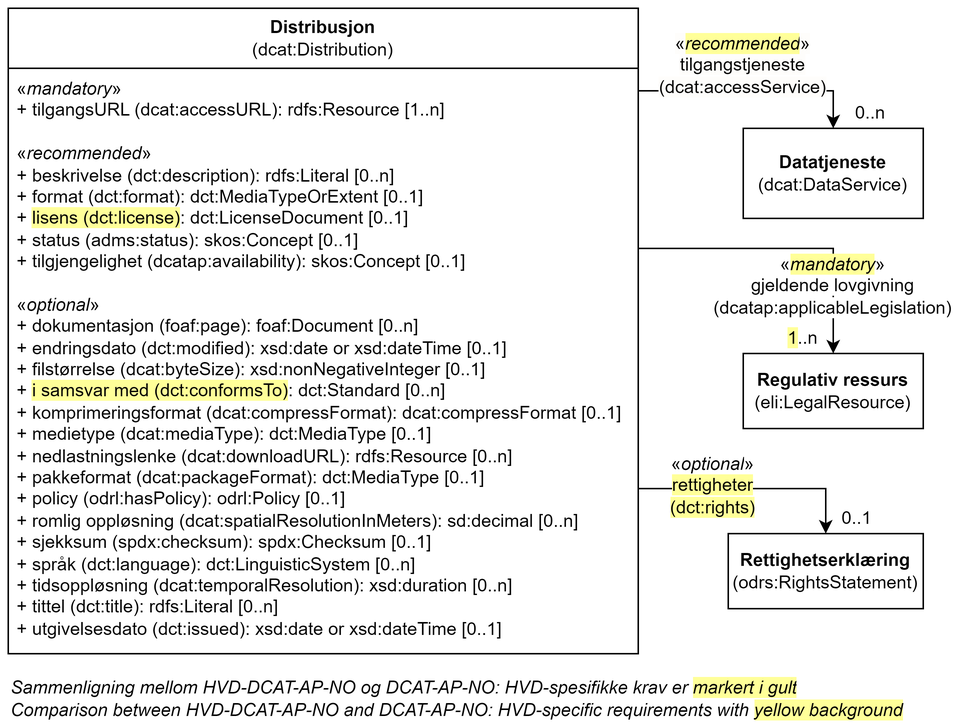
The draw.io diagram docs/images/Klassen-Distribusjon.png in Informasjonsforvaltning/hvd-dcat-ap-no, before a commit. Source tidied: cells renumbered, new cells last; positions are measured from the earlier drawing's top-left corner, leaving out a move shared by most shapes.
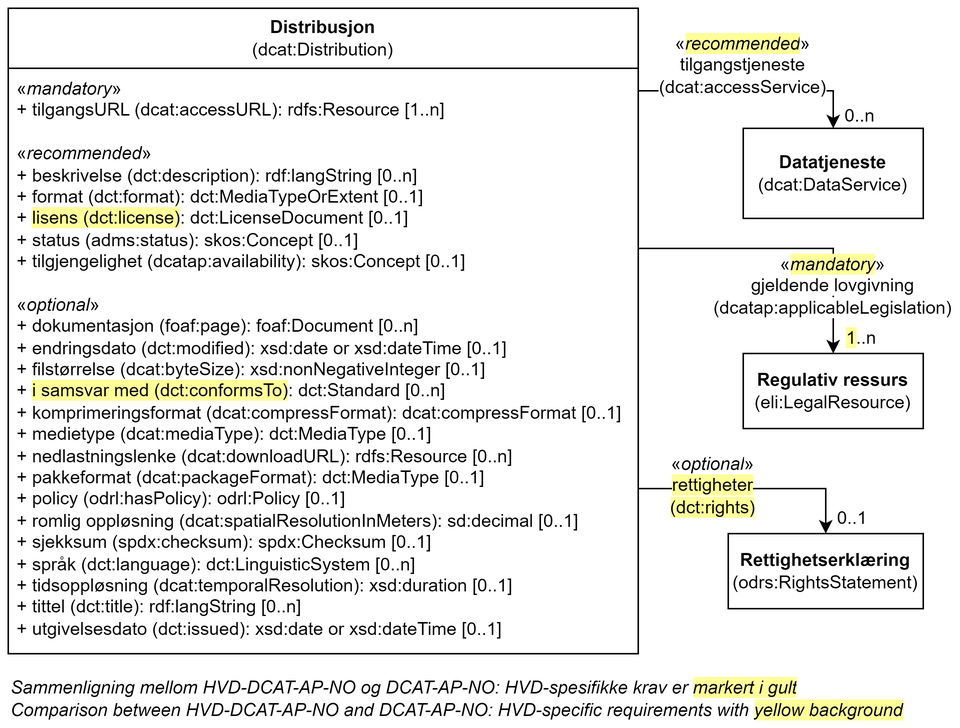
Above is the later version.

Diff of the diagram source:
```diff
@@ -5,7 +5,7 @@
     <mxCell id="2" value="Distribusjon&lt;br&gt;&lt;span style=&quot;font-weight: normal;&quot;&gt;(dcat:Distribution)&lt;/span&gt;" style="swimlane;whiteSpace=wrap;html=1;startSize=40;" parent="1" vertex="1">
       <mxGeometry width="420" height="430" as="geometry" />
     </mxCell>
-    <mxCell id="3" value="«&lt;i&gt;mandatory&lt;/i&gt;»&lt;br&gt;+ tilgangsURL (dcat:accessURL): rdfs:Resource [1..n]&lt;br&gt;&lt;br&gt;«&lt;i&gt;recommended&lt;/i&gt;»&lt;br&gt;+ beskrivelse (dct:description): rdfs:Literal [0..n]&lt;br&gt;+ format (dct:format): dct:MediaTypeOrExtent [0..1]&lt;br&gt;+ &lt;span style=&quot;background-color: rgb(255, 255, 153);&quot;&gt;lisens (dct:license)&lt;/span&gt;: dct:LicenseDocument [0..1]&lt;br&gt;+ status (adms:status): skos:Concept [0..1]&lt;br&gt;+ tilgjengelighet (dcatap:availability): skos:Concept [0..1]&lt;br&gt;&lt;br&gt;«&lt;i&gt;optional&lt;/i&gt;»&lt;br&gt;+ dokumentasjon (foaf:page): foaf:Document [0..n]&lt;br&gt;+ endringsdato (dct:modified): xsd:date or xsd:dateTime [0..1]&lt;br&gt;+ filstørrelse (dcat:byteSize): xsd:nonNegativeInteger [0..1]&lt;br&gt;+ &lt;span style=&quot;background-color: rgb(255, 255, 153);&quot;&gt;i samsvar med (dct:conformsTo)&lt;/span&gt;: dct:Standard [0..n]&lt;br&gt;+ komprimeringsformat (dcat:compressFormat): dcat:compressFormat [0..1]&lt;br&gt;+ medietype (dcat:mediaType): dct:MediaType [0..1]&lt;br&gt;+ nedlastningslenke (dcat:downloadURL): rdfs:Resource [0..n]&lt;br&gt;+ pakkeformat (dcat:packageFormat): dct:MediaType [0..1]&lt;br&gt;+ policy (odrl:hasPolicy): odrl:Policy [0..1]&lt;br&gt;+ romlig oppløsning (dcat:spatialResolutionInMeters): sd:decimal [0..n]&lt;br&gt;+ sjekksum (spdx:checksum): spdx:Checksum [0..1]&lt;br&gt;+ språk (dct:language): dct:LinguisticSystem [0..n]&lt;br&gt;+ tidsoppløsning (dcat:temporalResolution): xsd:duration [0..n]&lt;br&gt;+ tittel (dct:title): rdfs:Literal [0..n]&lt;br&gt;+ utgivelsesdato (dct:issued): xsd:date or xsd:dateTime [0..1]" style="text;strokeColor=none;fillColor=none;align=left;verticalAlign=top;spacingLeft=4;spacingRight=4;overflow=hidden;whiteSpace=wrap;html=1;" parent="2" vertex="1">
+    <mxCell id="3" value="«&lt;i&gt;mandatory&lt;/i&gt;»&lt;br&gt;+ tilgangsURL (dcat:accessURL): rdfs:Resource [1..n]&lt;br&gt;&lt;br&gt;«&lt;i&gt;recommended&lt;/i&gt;»&lt;br&gt;+ beskrivelse (dct:description): rdf:langString [0..n]&lt;br&gt;+ format (dct:format): dct:MediaTypeOrExtent [0..1]&lt;br&gt;+ &lt;span style=&quot;background-color: rgb(255, 255, 153);&quot;&gt;lisens (dct:license)&lt;/span&gt;: dct:LicenseDocument [0..1]&lt;br&gt;+ status (adms:status): skos:Concept [0..1]&lt;br&gt;+ tilgjengelighet (dcatap:availability): skos:Concept [0..1]&lt;br&gt;&lt;br&gt;«&lt;i&gt;optional&lt;/i&gt;»&lt;br&gt;+ dokumentasjon (foaf:page): foaf:Document [0..n]&lt;br&gt;+ endringsdato (dct:modified): xsd:date or xsd:dateTime [0..1]&lt;br&gt;+ filstørrelse (dcat:byteSize): xsd:nonNegativeInteger [0..1]&lt;br&gt;+ &lt;span style=&quot;background-color: rgb(255, 255, 153);&quot;&gt;i samsvar med (dct:conformsTo)&lt;/span&gt;: dct:Standard [0..n]&lt;br&gt;+ komprimeringsformat (dcat:compressFormat): dcat:compressFormat [0..1]&lt;br&gt;+ medietype (dcat:mediaType): dct:MediaType [0..1]&lt;br&gt;+ nedlastningslenke (dcat:downloadURL): rdfs:Resource [0..n]&lt;br&gt;+ pakkeformat (dcat:packageFormat): dct:MediaType [0..1]&lt;br&gt;+ policy (odrl:hasPolicy): odrl:Policy [0..1]&lt;br&gt;+ romlig oppløsning (dcat:spatialResolutionInMeters): sd:decimal [0..1]&lt;br&gt;+ sjekksum (spdx:checksum): spdx:Checksum [0..1]&lt;br&gt;+ språk (dct:language): dct:LinguisticSystem [0..n]&lt;br&gt;+ tidsoppløsning (dcat:temporalResolution): xsd:duration [0..1]&lt;br&gt;+ tittel (dct:title):&amp;nbsp;rdf:langString&amp;nbsp;[0..n]&lt;br&gt;+ utgivelsesdato (dct:issued): xsd:date or xsd:dateTime [0..1]" style="text;strokeColor=none;fillColor=none;align=left;verticalAlign=top;spacingLeft=4;spacingRight=4;overflow=hidden;whiteSpace=wrap;html=1;" parent="2" vertex="1">
       <mxGeometry y="40" width="420" height="380" as="geometry" />
     </mxCell>
     <mxCell id="4" value="&lt;b&gt;Datatjeneste&lt;/b&gt;&lt;br&gt;(dcat:DataService)" style="rounded=0;whiteSpace=wrap;html=1;" parent="1" vertex="1">
@@ -19,17 +19,17 @@
         </Array>
       </mxGeometry>
     </mxCell>
-    <mxCell id="6" value="&lt;span style=&quot;background-color: rgb(254, 253, 251);&quot;&gt;«&lt;/span&gt;&lt;i style=&quot;background-color: rgb(255, 255, 153);&quot;&gt;recommended&lt;/i&gt;&lt;span style=&quot;background-color: rgb(254, 253, 251);&quot;&gt;»&lt;/span&gt;&lt;br&gt;&lt;span style=&quot;background-color: rgb(254, 253, 251);&quot;&gt;tilgangstjeneste&lt;/span&gt;&lt;br&gt;&lt;span style=&quot;background-color: rgb(254, 253, 251);&quot;&gt;(dcat:accessService)&lt;/span&gt;" style="text;whiteSpace=wrap;html=1;align=center;" parent="1" vertex="1">
+    <mxCell id="6" value="&lt;span style=&quot;background-color: rgb(255, 255, 255);&quot;&gt;«&lt;/span&gt;&lt;i style=&quot;background-color: rgb(255, 255, 153);&quot;&gt;recommended&lt;/i&gt;&lt;span style=&quot;background-color: rgb(255, 255, 255);&quot;&gt;»&lt;/span&gt;&lt;br&gt;&lt;span style=&quot;background-color: rgb(255, 255, 255);&quot;&gt;tilgangstjeneste&lt;/span&gt;&lt;br&gt;&lt;span style=&quot;background-color: rgb(255, 255, 255);&quot;&gt;(dcat:accessService)&lt;/span&gt;" style="text;whiteSpace=wrap;html=1;align=center;" parent="1" vertex="1">
       <mxGeometry x="430" y="10" width="120" height="40" as="geometry" />
     </mxCell>
     <mxCell id="7" value="0..n" style="text;html=1;strokeColor=none;fillColor=none;align=center;verticalAlign=middle;whiteSpace=wrap;rounded=0;" parent="1" vertex="1">
-      <mxGeometry x="560" y="60" width="30" height="20" as="geometry" />
+      <mxGeometry x="553" y="62" width="30" height="20" as="geometry" />
     </mxCell>
     <mxCell id="8" value="&lt;b&gt;Regulativ ressurs&lt;/b&gt;&lt;br&gt;(eli:LegalResource)" style="html=1;whiteSpace=wrap;" parent="1" vertex="1">
       <mxGeometry x="490" y="230" width="120" height="50" as="geometry" />
     </mxCell>
     <mxCell id="9" value="&lt;span style=&quot;background-color: rgb(255, 255, 153);&quot;&gt;1&lt;/span&gt;..n" style="text;html=1;strokeColor=none;fillColor=none;align=center;verticalAlign=middle;whiteSpace=wrap;rounded=0;" parent="1" vertex="1">
-      <mxGeometry x="516" y="210" width="28" height="20" as="geometry" />
+      <mxGeometry x="555" y="210" width="28" height="20" as="geometry" />
     </mxCell>
     <mxCell id="10" style="endArrow=classic;html=1;rounded=0;" parent="1" edge="1">
       <mxGeometry relative="1" as="geometry">
@@ -43,7 +43,7 @@
     <mxCell id="11" value="«&lt;i style=&quot;background-color: rgb(255, 255, 153);&quot;&gt;mandatory&lt;/i&gt;»&lt;br&gt;&lt;span style=&quot;background-color: rgb(255, 255, 255);&quot;&gt;gjeldende lovgivning&lt;br&gt;(dcatap:applicableLegislation)&lt;/span&gt;" style="text;html=1;align=center;verticalAlign=middle;whiteSpace=wrap;rounded=0;" parent="1" vertex="1">
       <mxGeometry x="520" y="170" width="60" height="30" as="geometry" />
     </mxCell>
-    <mxCell id="12" value="&lt;b&gt;Rettighetserklæring&lt;/b&gt;&lt;br&gt;(odrs:RightsStatement)" style="html=1;whiteSpace=wrap;" parent="1" vertex="1">
+    <mxCell id="12" value="&lt;b style=&quot;&quot;&gt;Rettighetserklæring&lt;/b&gt;&lt;br&gt;(odrs:RightsStatement)" style="html=1;whiteSpace=wrap;" parent="1" vertex="1">
       <mxGeometry x="480" y="350" width="130" height="50" as="geometry" />
     </mxCell>
     <mxCell id="13" style="endArrow=classic;html=1;rounded=0;entryX=0.5;entryY=0;entryDx=0;entryDy=0;" parent="1" edge="1" target="12">
@@ -58,10 +58,10 @@
       <mxGeometry x="440" y="310" width="60" height="30" as="geometry" />
     </mxCell>
     <mxCell id="15" value="0..1" style="text;html=1;strokeColor=none;fillColor=none;align=center;verticalAlign=middle;whiteSpace=wrap;rounded=0;" parent="1" vertex="1">
-      <mxGeometry x="552" y="330" width="28" height="20" as="geometry" />
+      <mxGeometry x="549" y="330" width="28" height="20" as="geometry" />
     </mxCell>
     <mxCell id="16" value="Sammenligning mellom HVD-DCAT-AP-NO og DCAT-AP-NO: HVD-spesifikke krav er&amp;nbsp;&lt;span style=&quot;background-color: rgb(255, 255, 153);&quot;&gt;markert i gult&lt;/span&gt;&lt;span style=&quot;background-color: rgb(255 , 255 , 255)&quot;&gt;&amp;nbsp;&lt;/span&gt;&lt;div&gt;&lt;span style=&quot;background-color: rgb(255 , 255 , 255)&quot;&gt;Comparison between HVD-DCAT-AP-NO and DCAT-AP-NO: HVD-specific requirements with &lt;/span&gt;&lt;span style=&quot;background-color: rgb(255, 255, 153);&quot;&gt;yellow background&lt;/span&gt;&lt;/div&gt;" style="text;html=1;strokeColor=none;fillColor=none;align=left;verticalAlign=middle;whiteSpace=wrap;rounded=0;fontStyle=2;" parent="1" vertex="1">
-      <mxGeometry y="450" width="610" height="20" as="geometry" />
+      <mxGeometry y="450" width="600" height="20" as="geometry" />
     </mxCell>
   </root>
 </mxGraphModel>
```
